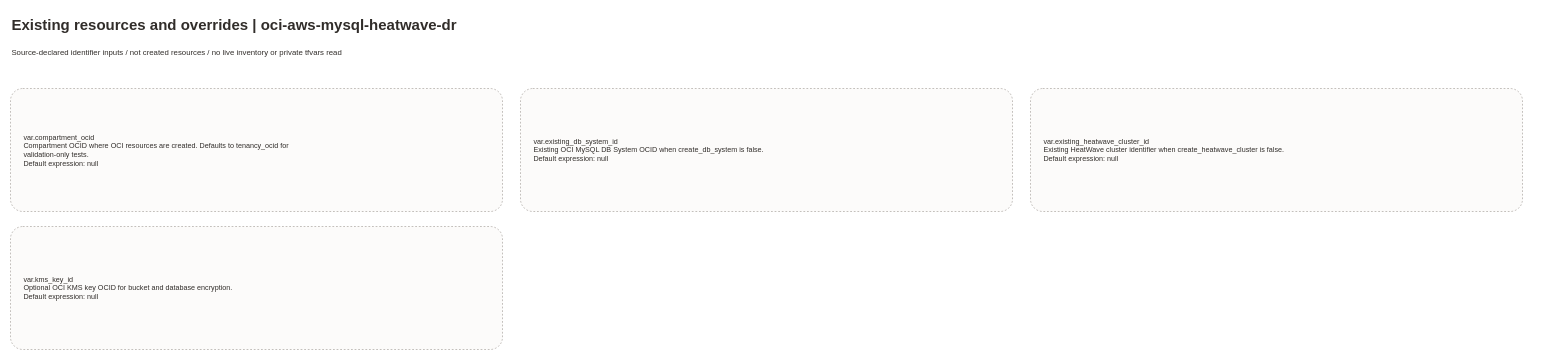
leandro-michelino/oci-landingzones keeps this draw.io diagram as page "Existing resources / inputs" (5 of 5) of blueprints/data-platform/oci-aws-mysql-heatwave-dr/architecture/architecture.drawio. Above is the earlier version. Source tidied: cells renumbered, new cells numbered last; positions are measured from the earlier drawing's top-left corner, leaving out a move shared by most shapes. Both pictures are drawn from the tidied source at 60%, with x=0, y=0 at pixel (10, 10).
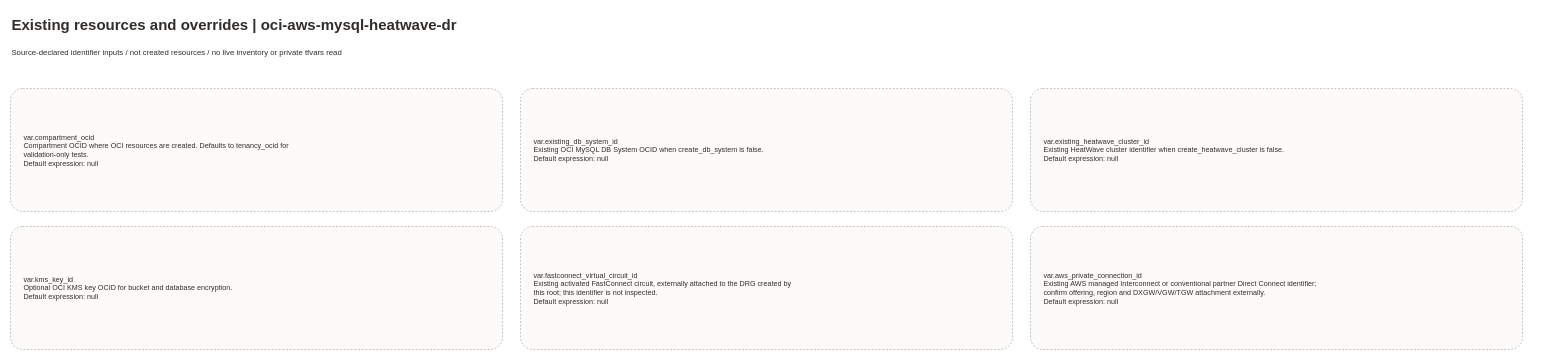
The same diagram, later.

Diff of the diagram source:
```diff
@@
 <mxGraphModel background="#FFFFFF">
   <root>
     <mxCell id="0" />
     <mxCell id="1" parent="0" />
     <mxCell id="2" value="Existing resources and overrides | oci-aws-mysql-heatwave-dr" style="text;html=1;whiteSpace=wrap;strokeColor=none;fillColor=none;align=left;verticalAlign=middle;fontSize=25;fontColor=#312D2A;fontFamily=Oracle Sans,Arial,Helvetica,sans-serif;fontStyle=1;" parent="1" vertex="1">
       <mxGeometry width="2540" height="45" as="geometry" />
     </mxCell>
     <mxCell id="3" value="Source-declared identifier inputs / not created resources / no live inventory or private tfvars read" style="text;html=1;whiteSpace=wrap;strokeColor=none;fillColor=none;align=left;verticalAlign=middle;fontSize=13;fontColor=#312D2A;fontFamily=Oracle Sans,Arial,Helvetica,sans-serif;" parent="1" vertex="1">
       <mxGeometry y="55" width="2540" height="30" as="geometry" />
     </mxCell>
     <mxCell id="4" style="whiteSpace=wrap;html=1;rounded=1;arcSize=10;dashed=1;fillColor=#FCFBFA;strokeColor=#9E9892;fontColor=#161513;fontSize=11;fontFamily=Oracle Sans,Arial,Helvetica,sans-serif;" parent="1" vertex="1">
       <mxGeometry y="130" width="820" height="205" as="geometry" />
     </mxCell>
     <mxCell id="5" value="var.compartment_ocid&lt;br&gt;Compartment OCID where OCI resources are created. Defaults to tenancy_ocid for&lt;br&gt;validation-only tests.&lt;br&gt;Default expression: null" style="text;html=1;whiteSpace=wrap;strokeColor=none;fillColor=none;align=left;verticalAlign=middle;fontSize=12;fontColor=#312D2A;fontFamily=Oracle Sans,Arial,Helvetica,sans-serif;" parent="4" vertex="1">
       <mxGeometry x="20" y="15" width="780" height="175" as="geometry" />
     </mxCell>
     <mxCell id="6" style="whiteSpace=wrap;html=1;rounded=1;arcSize=10;dashed=1;fillColor=#FCFBFA;strokeColor=#9E9892;fontColor=#161513;fontSize=11;fontFamily=Oracle Sans,Arial,Helvetica,sans-serif;" parent="1" vertex="1">
       <mxGeometry x="850" y="130" width="820" height="205" as="geometry" />
     </mxCell>
     <mxCell id="7" value="var.existing_db_system_id&lt;br&gt;Existing OCI MySQL DB System OCID when create_db_system is false.&lt;br&gt;Default expression: null" style="text;html=1;whiteSpace=wrap;strokeColor=none;fillColor=none;align=left;verticalAlign=middle;fontSize=12;fontColor=#312D2A;fontFamily=Oracle Sans,Arial,Helvetica,sans-serif;" parent="6" vertex="1">
       <mxGeometry x="20" y="15" width="780" height="175" as="geometry" />
     </mxCell>
     <mxCell id="8" style="whiteSpace=wrap;html=1;rounded=1;arcSize=10;dashed=1;fillColor=#FCFBFA;strokeColor=#9E9892;fontColor=#161513;fontSize=11;fontFamily=Oracle Sans,Arial,Helvetica,sans-serif;" parent="1" vertex="1">
       <mxGeometry x="1700" y="130" width="820" height="205" as="geometry" />
     </mxCell>
     <mxCell id="9" value="var.existing_heatwave_cluster_id&lt;br&gt;Existing HeatWave cluster identifier when create_heatwave_cluster is false.&lt;br&gt;Default expression: null" style="text;html=1;whiteSpace=wrap;strokeColor=none;fillColor=none;align=left;verticalAlign=middle;fontSize=12;fontColor=#312D2A;fontFamily=Oracle Sans,Arial,Helvetica,sans-serif;" parent="8" vertex="1">
       <mxGeometry x="20" y="15" width="780" height="175" as="geometry" />
     </mxCell>
     <mxCell id="10" style="whiteSpace=wrap;html=1;rounded=1;arcSize=10;dashed=1;fillColor=#FCFBFA;strokeColor=#9E9892;fontColor=#161513;fontSize=11;fontFamily=Oracle Sans,Arial,Helvetica,sans-serif;" parent="1" vertex="1">
       <mxGeometry y="360" width="820" height="205" as="geometry" />
     </mxCell>
     <mxCell id="11" value="var.kms_key_id&lt;br&gt;Optional OCI KMS key OCID for bucket and database encryption.&lt;br&gt;Default expression: null" style="text;html=1;whiteSpace=wrap;strokeColor=none;fillColor=none;align=left;verticalAlign=middle;fontSize=12;fontColor=#312D2A;fontFamily=Oracle Sans,Arial,Helvetica,sans-serif;" parent="10" vertex="1">
       <mxGeometry x="20" y="15" width="780" height="175" as="geometry" />
     </mxCell>
+    <mxCell id="12" style="whiteSpace=wrap;html=1;rounded=1;arcSize=10;dashed=1;fillColor=#FCFBFA;strokeColor=#9E9892;fontColor=#161513;fontSize=11;fontFamily=Oracle Sans,Arial,Helvetica,sans-serif;" parent="1" vertex="1">
+      <mxGeometry x="850" y="360" width="820" height="205" as="geometry" />
+    </mxCell>
+    <mxCell id="13" value="var.fastconnect_virtual_circuit_id&lt;br&gt;Existing activated FastConnect circuit, externally attached to the DRG created by&lt;br&gt;this root; this identifier is not inspected.&lt;br&gt;Default expression: null" style="text;html=1;whiteSpace=wrap;strokeColor=none;fillColor=none;align=left;verticalAlign=middle;fontSize=12;fontColor=#312D2A;fontFamily=Oracle Sans,Arial,Helvetica,sans-serif;" parent="12" vertex="1">
+      <mxGeometry x="20" y="15" width="780" height="175" as="geometry" />
+    </mxCell>
+    <mxCell id="14" style="whiteSpace=wrap;html=1;rounded=1;arcSize=10;dashed=1;fillColor=#FCFBFA;strokeColor=#9E9892;fontColor=#161513;fontSize=11;fontFamily=Oracle Sans,Arial,Helvetica,sans-serif;" parent="1" vertex="1">
+      <mxGeometry x="1700" y="360" width="820" height="205" as="geometry" />
+    </mxCell>
+    <mxCell id="15" value="var.aws_private_connection_id&lt;br&gt;Existing AWS managed Interconnect or conventional partner Direct Connect identifier;&lt;br&gt;confirm offering, region and DXGW/VGW/TGW attachment externally.&lt;br&gt;Default expression: null" style="text;html=1;whiteSpace=wrap;strokeColor=none;fillColor=none;align=left;verticalAlign=middle;fontSize=12;fontColor=#312D2A;fontFamily=Oracle Sans,Arial,Helvetica,sans-serif;" parent="14" vertex="1">
+      <mxGeometry x="20" y="15" width="780" height="175" as="geometry" />
+    </mxCell>
   </root>
 </mxGraphModel>
```
